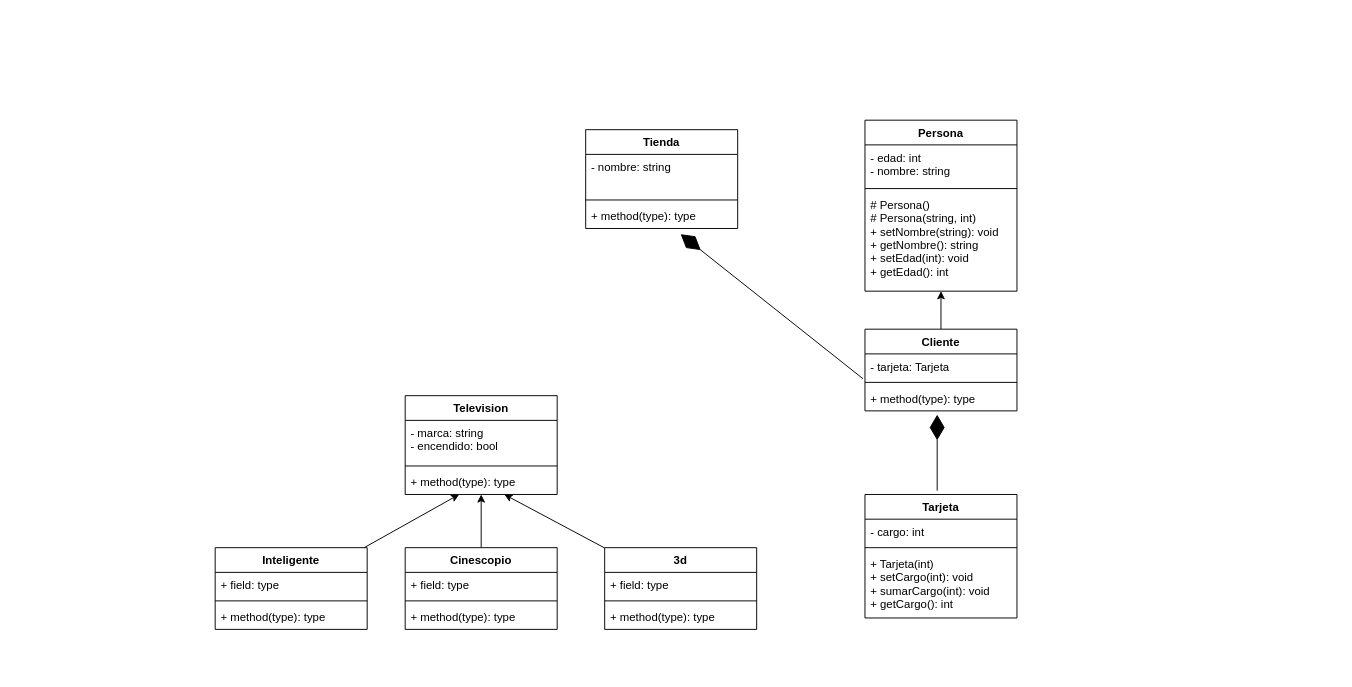
Above: Segundo_semestre/POO/Tareas/Tarea2/uml.drawio in celiphcephei/Uni (draw.io), before the change. Source tidied: cells renumbered, new cells numbered last; positions are measured from the earlier drawing's top-left corner, leaving out a move shared by most shapes. Both pictures are drawn from the tidied source at 95%, with x=0, y=0 at pixel (215, 120).
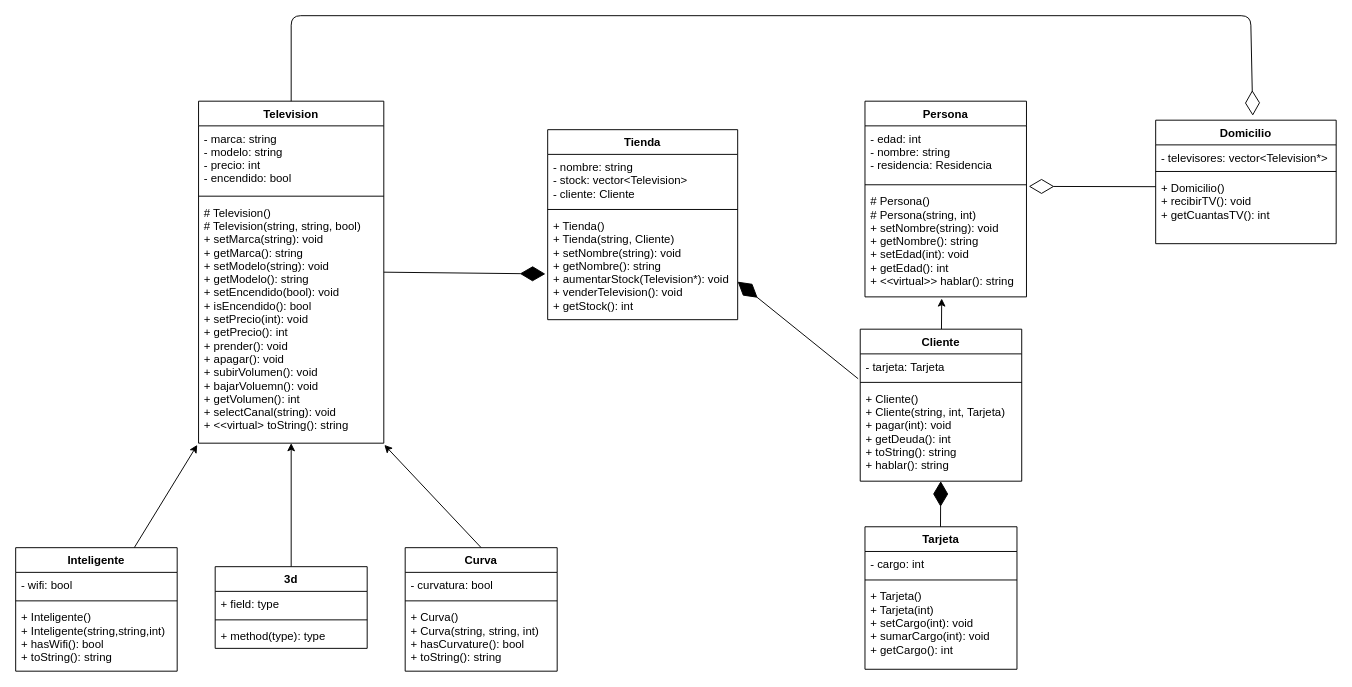
The same page after the edit.

Change to the diagram source:
```diff
@@
     <mxCell id="2" value="Tienda" style="swimlane;fontStyle=1;align=center;verticalAlign=top;horizontal=1;startSize=26;" parent="1" vertex="1">
-      <mxGeometry x="390" y="10" width="160" height="104" as="geometry" />
+      <mxGeometry x="350" y="10" width="200" height="200" as="geometry" />
     </mxCell>
-    <mxCell id="3" value="- nombre: string&#10;&#10;" style="text;strokeColor=none;fillColor=none;align=left;verticalAlign=top;spacingLeft=4;spacingRight=4;overflow=hidden;" parent="2" vertex="1">
-      <mxGeometry y="26" width="160" height="44" as="geometry" />
+    <mxCell id="3" value="- nombre: string&#10;- stock: vector&lt;Television&gt;&#10;- cliente: Cliente" style="text;strokeColor=none;fillColor=none;align=left;verticalAlign=top;spacingLeft=4;spacingRight=4;overflow=hidden;" parent="2" vertex="1">
+      <mxGeometry y="26" width="200" height="54" as="geometry" />
     </mxCell>
     <mxCell id="4" style="line;strokeWidth=1;fillColor=none;align=left;verticalAlign=middle;spacingTop=-1;spacingLeft=3;spacingRight=3;labelPosition=right;strokeColor=inherit;" parent="2" vertex="1">
-      <mxGeometry y="70" width="160" height="8" as="geometry" />
+      <mxGeometry y="80" width="200" height="8" as="geometry" />
     </mxCell>
-    <mxCell id="5" value="+ method(type): type" style="text;strokeColor=none;fillColor=none;align=left;verticalAlign=top;spacingLeft=4;spacingRight=4;overflow=hidden;points=[[0,0.5],[1,0.5]];portConstraint=eastwest;" parent="2" vertex="1">
-      <mxGeometry y="78" width="160" height="26" as="geometry" />
+    <mxCell id="5" value="+ Tienda()&#10;+ Tienda(string, Cliente)&#10;+ setNombre(string): void&#10;+ getNombre(): string&#10;+ aumentarStock(Television*): void&#10;+ venderTelevision(): void&#10;+ getStock(): int" style="text;strokeColor=none;fillColor=none;align=left;verticalAlign=top;spacingLeft=4;spacingRight=4;overflow=hidden;points=[[0,0.5],[1,0.5]];portConstraint=eastwest;" parent="2" vertex="1">
+      <mxGeometry y="88" width="200" height="112" as="geometry" />
     </mxCell>
     <mxCell id="6" value="Television" style="swimlane;fontStyle=1;align=center;verticalAlign=top;horizontal=1;startSize=26;" parent="1" vertex="1">
-      <mxGeometry x="200" y="290" width="160" height="104" as="geometry" />
+      <mxGeometry x="-17.5" y="-20" width="195" height="360" as="geometry" />
     </mxCell>
-    <mxCell id="7" value="- marca: string&#10;- encendido: bool" style="text;strokeColor=none;fillColor=none;align=left;verticalAlign=top;spacingLeft=4;spacingRight=4;overflow=hidden;" parent="6" vertex="1">
-      <mxGeometry y="26" width="160" height="44" as="geometry" />
+    <mxCell id="7" value="- marca: string&#10;- modelo: string&#10;- precio: int&#10;- encendido: bool" style="text;strokeColor=none;fillColor=none;align=left;verticalAlign=top;spacingLeft=4;spacingRight=4;overflow=hidden;" parent="6" vertex="1">
+      <mxGeometry y="26" width="195" height="70" as="geometry" />
     </mxCell>
     <mxCell id="8" style="line;strokeWidth=1;fillColor=none;align=left;verticalAlign=middle;spacingTop=-1;spacingLeft=3;spacingRight=3;labelPosition=right;strokeColor=inherit;" parent="6" vertex="1">
-      <mxGeometry y="70" width="160" height="8" as="geometry" />
+      <mxGeometry y="96" width="195" height="8" as="geometry" />
     </mxCell>
-    <mxCell id="9" value="+ method(type): type" style="text;strokeColor=none;fillColor=none;align=left;verticalAlign=top;spacingLeft=4;spacingRight=4;overflow=hidden;points=[[0,0.5],[1,0.5]];portConstraint=eastwest;" parent="6" vertex="1">
-      <mxGeometry y="78" width="160" height="26" as="geometry" />
+    <mxCell id="9" value="# Television()&#10;# Television(string, string, bool)&#10;+ setMarca(string): void&#10;+ getMarca(): string&#10;+ setModelo(string): void&#10;+ getModelo(): string&#10;+ setEncendido(bool): void&#10;+ isEncendido(): bool&#10;+ setPrecio(int): void&#10;+ getPrecio(): int&#10;+ prender(): void&#10;+ apagar(): void&#10;+ subirVolumen(): void&#10;+ bajarVoluemn(): void&#10;+ getVolumen(): int&#10;+ selectCanal(string): void&#10;+ &lt;&lt;virtual&gt; toString(): string" style="text;strokeColor=none;fillColor=none;align=left;verticalAlign=top;spacingLeft=4;spacingRight=4;overflow=hidden;points=[[0,0.5],[1,0.5]];portConstraint=eastwest;" parent="6" vertex="1">
+      <mxGeometry y="104" width="195" height="256" as="geometry" />
     </mxCell>
-    <mxCell id="10" style="edgeStyle=none;html=1;" parent="1" edge="1" source="11" target="9">
+    <mxCell id="10" style="edgeStyle=none;html=1;entryX=-0.007;entryY=1.007;entryDx=0;entryDy=0;entryPerimeter=0;" parent="1" edge="1" source="11" target="9">
       <mxGeometry relative="1" as="geometry" />
     </mxCell>
     <mxCell id="11" value="Inteligente" style="swimlane;fontStyle=1;align=center;verticalAlign=top;horizontal=1;startSize=26;" parent="1" vertex="1">
-      <mxGeometry y="450" width="160" height="86" as="geometry" />
+      <mxGeometry x="-210" y="450" width="170" height="130" as="geometry" />
     </mxCell>
-    <mxCell id="12" value="+ field: type" style="text;strokeColor=none;fillColor=none;align=left;verticalAlign=top;spacingLeft=4;spacingRight=4;overflow=hidden;" parent="11" vertex="1">
-      <mxGeometry y="26" width="160" height="26" as="geometry" />
+    <mxCell id="12" value="- wifi: bool" style="text;strokeColor=none;fillColor=none;align=left;verticalAlign=top;spacingLeft=4;spacingRight=4;overflow=hidden;" parent="11" vertex="1">
+      <mxGeometry y="26" width="170" height="26" as="geometry" />
     </mxCell>
     <mxCell id="13" style="line;strokeWidth=1;fillColor=none;align=left;verticalAlign=middle;spacingTop=-1;spacingLeft=3;spacingRight=3;labelPosition=right;strokeColor=inherit;" parent="11" vertex="1">
-      <mxGeometry y="52" width="160" height="8" as="geometry" />
+      <mxGeometry y="52" width="170" height="8" as="geometry" />
     </mxCell>
-    <mxCell id="14" value="+ method(type): type" style="text;strokeColor=none;fillColor=none;align=left;verticalAlign=top;spacingLeft=4;spacingRight=4;overflow=hidden;" parent="11" vertex="1">
-      <mxGeometry y="60" width="160" height="26" as="geometry" />
+    <mxCell id="14" value="+ Inteligente()&#10;+ Inteligente(string,string,int)&#10;+ hasWifi(): bool&#10;+ toString(): string" style="text;strokeColor=none;fillColor=none;align=left;verticalAlign=top;spacingLeft=4;spacingRight=4;overflow=hidden;" parent="11" vertex="1">
+      <mxGeometry y="60" width="170" height="70" as="geometry" />
     </mxCell>
@@
     <mxCell id="16" value="3d" style="swimlane;fontStyle=1;align=center;verticalAlign=top;horizontal=1;startSize=26;" parent="1" vertex="1">
-      <mxGeometry x="410" y="450" width="160" height="86" as="geometry" />
+      <mxGeometry y="470" width="160" height="86" as="geometry" />
     </mxCell>
@@
-    <mxCell id="20" style="edgeStyle=none;html=1;" parent="1" edge="1" source="21" target="9">
-      <mxGeometry relative="1" as="geometry" />
-    </mxCell>
-    <mxCell id="21" value="Cinescopio" style="swimlane;fontStyle=1;align=center;verticalAlign=top;horizontal=1;startSize=26;" parent="1" vertex="1">
-      <mxGeometry x="200" y="450" width="160" height="86" as="geometry" />
-    </mxCell>
-    <mxCell id="22" value="+ field: type" style="text;strokeColor=none;fillColor=none;align=left;verticalAlign=top;spacingLeft=4;spacingRight=4;overflow=hidden;" parent="21" vertex="1">
-      <mxGeometry y="26" width="160" height="26" as="geometry" />
-    </mxCell>
-    <mxCell id="23" style="line;strokeWidth=1;fillColor=none;align=left;verticalAlign=middle;spacingTop=-1;spacingLeft=3;spacingRight=3;labelPosition=right;strokeColor=inherit;" parent="21" vertex="1">
-      <mxGeometry y="52" width="160" height="8" as="geometry" />
-    </mxCell>
-    <mxCell id="24" value="+ method(type): type" style="text;strokeColor=none;fillColor=none;align=left;verticalAlign=top;spacingLeft=4;spacingRight=4;overflow=hidden;" parent="21" vertex="1">
-      <mxGeometry y="60" width="160" height="26" as="geometry" />
-    </mxCell>
     <mxCell id="25" value="Persona" style="swimlane;fontStyle=1;align=center;verticalAlign=top;horizontal=1;startSize=26;" parent="1" vertex="1">
-      <mxGeometry x="684" width="160" height="180" as="geometry" />
+      <mxGeometry x="684" y="-20" width="170" height="206" as="geometry" />
     </mxCell>
-    <mxCell id="26" value="- edad: int&#10;- nombre: string" style="text;strokeColor=none;fillColor=none;align=left;verticalAlign=top;spacingLeft=4;spacingRight=4;overflow=hidden;" parent="25" vertex="1">
-      <mxGeometry y="26" width="160" height="42" as="geometry" />
+    <mxCell id="26" value="- edad: int&#10;- nombre: string&#10;- residencia: Residencia" style="text;strokeColor=none;fillColor=none;align=left;verticalAlign=top;spacingLeft=4;spacingRight=4;overflow=hidden;" parent="25" vertex="1">
+      <mxGeometry y="26" width="170" height="58" as="geometry" />
     </mxCell>
     <mxCell id="27" style="line;strokeWidth=1;fillColor=none;align=left;verticalAlign=middle;spacingTop=-1;spacingLeft=3;spacingRight=3;labelPosition=right;strokeColor=inherit;" parent="25" vertex="1">
-      <mxGeometry y="68" width="160" height="8" as="geometry" />
+      <mxGeometry y="84" width="170" height="8" as="geometry" />
     </mxCell>
-    <mxCell id="28" value="# Persona()&#10;# Persona(string, int)&#10;+ setNombre(string): void&#10;+ getNombre(): string&#10;+ setEdad(int): void&#10;+ getEdad(): int" style="text;strokeColor=none;fillColor=none;align=left;verticalAlign=top;spacingLeft=4;spacingRight=4;overflow=hidden;points=[[0,0.5],[1,0.5]];portConstraint=eastwest;" parent="25" vertex="1">
-      <mxGeometry y="76" width="160" height="104" as="geometry" />
+    <mxCell id="28" value="# Persona()&#10;# Persona(string, int)&#10;+ setNombre(string): void&#10;+ getNombre(): string&#10;+ setEdad(int): void&#10;+ getEdad(): int&#10;+ &lt;&lt;virtual&gt;&gt; hablar(): string" style="text;strokeColor=none;fillColor=none;align=left;verticalAlign=top;spacingLeft=4;spacingRight=4;overflow=hidden;points=[[0,0.5],[1,0.5]];portConstraint=eastwest;" parent="25" vertex="1">
+      <mxGeometry y="92" width="170" height="114" as="geometry" />
     </mxCell>
-    <mxCell id="29" style="edgeStyle=none;html=1;" parent="1" edge="1" source="30" target="28">
+    <mxCell id="29" style="edgeStyle=none;html=1;entryX=0.475;entryY=1.015;entryDx=0;entryDy=0;entryPerimeter=0;" parent="1" edge="1" source="30" target="28">
       <mxGeometry relative="1" as="geometry" />
     </mxCell>
     <mxCell id="30" value="Cliente" style="swimlane;fontStyle=1;align=center;verticalAlign=top;horizontal=1;startSize=26;" parent="1" vertex="1">
-      <mxGeometry x="684" y="220" width="160" height="86" as="geometry" />
+      <mxGeometry x="679" y="220" width="170" height="160" as="geometry" />
     </mxCell>
     <mxCell id="31" value="- tarjeta: Tarjeta" style="text;strokeColor=none;fillColor=none;align=left;verticalAlign=top;spacingLeft=4;spacingRight=4;overflow=hidden;points=[[0,0.5],[1,0.5]];portConstraint=eastwest;" parent="30" vertex="1">
-      <mxGeometry y="26" width="160" height="26" as="geometry" />
+      <mxGeometry y="26" width="170" height="26" as="geometry" />
     </mxCell>
     <mxCell id="32" style="line;strokeWidth=1;fillColor=none;align=left;verticalAlign=middle;spacingTop=-1;spacingLeft=3;spacingRight=3;labelPosition=right;strokeColor=inherit;" parent="30" vertex="1">
-      <mxGeometry y="52" width="160" height="8" as="geometry" />
+      <mxGeometry y="52" width="170" height="8" as="geometry" />
     </mxCell>
-    <mxCell id="33" value="+ method(type): type" style="text;strokeColor=none;fillColor=none;align=left;verticalAlign=top;spacingLeft=4;spacingRight=4;overflow=hidden;points=[[0,0.5],[1,0.5]];portConstraint=eastwest;" parent="30" vertex="1">
-      <mxGeometry y="60" width="160" height="26" as="geometry" />
+    <mxCell id="33" value="+ Cliente()&#10;+ Cliente(string, int, Tarjeta)&#10;+ pagar(int): void&#10;+ getDeuda(): int&#10;+ toString(): string&#10;+ hablar(): string" style="text;strokeColor=none;fillColor=none;align=left;verticalAlign=top;spacingLeft=4;spacingRight=4;overflow=hidden;points=[[0,0.5],[1,0.5]];portConstraint=eastwest;" parent="30" vertex="1">
+      <mxGeometry y="60" width="170" height="100" as="geometry" />
     </mxCell>
     <mxCell id="34" value="Tarjeta" style="swimlane;fontStyle=1;align=center;verticalAlign=top;horizontal=1;startSize=26;" parent="1" vertex="1">
-      <mxGeometry x="684" y="394" width="160" height="130" as="geometry" />
+      <mxGeometry x="684" y="428" width="160" height="150" as="geometry" />
     </mxCell>
@@
-    <mxCell id="37" value="+ Tarjeta(int)&#10;+ setCargo(int): void&#10;+ sumarCargo(int): void&#10;+ getCargo(): int" style="text;strokeColor=none;fillColor=none;align=left;verticalAlign=top;spacingLeft=4;spacingRight=4;overflow=hidden;" parent="34" vertex="1">
-      <mxGeometry y="60" width="160" height="70" as="geometry" />
+    <mxCell id="37" value="+ Tarjeta()&#10;+ Tarjeta(int)&#10;+ setCargo(int): void&#10;+ sumarCargo(int): void&#10;+ getCargo(): int" style="text;strokeColor=none;fillColor=none;align=left;verticalAlign=top;spacingLeft=4;spacingRight=4;overflow=hidden;" parent="34" vertex="1">
+      <mxGeometry y="60" width="160" height="90" as="geometry" />
     </mxCell>
-    <mxCell id="38" style="endArrow=diamondThin;endFill=1;endSize=24;html=1;" parent="1" edge="1">
+    <mxCell id="38" style="endArrow=diamondThin;endFill=1;endSize=24;html=1;" parent="1" edge="1" target="33">
       <mxGeometry relative="1" as="geometry">
-        <mxPoint x="760" y="390" as="sourcePoint" />
-        <mxPoint x="760" y="310" as="targetPoint" />
+        <mxPoint x="763.5" y="428" as="sourcePoint" />
       </mxGeometry>
     </mxCell>
     <mxCell id="39" style="endArrow=diamondThin;endFill=1;endSize=24;html=1;exitX=-0.013;exitY=1.006;exitDx=0;exitDy=0;exitPerimeter=0;" parent="1" edge="1" source="31">
       <mxGeometry relative="1" as="geometry">
-        <mxPoint x="490" y="120" as="targetPoint" />
+        <mxPoint x="550" y="170" as="targetPoint" />
       </mxGeometry>
     </mxCell>
+    <mxCell id="40" value="Domicilio" style="swimlane;fontStyle=1;align=center;verticalAlign=top;horizontal=1;startSize=26;" parent="1" vertex="1">
+      <mxGeometry x="990" width="190" height="130" as="geometry" />
+    </mxCell>
+    <mxCell id="41" value="- televisores: vector&lt;Television*&gt;" style="text;strokeColor=none;fillColor=none;align=left;verticalAlign=top;spacingLeft=4;spacingRight=4;overflow=hidden;" parent="40" vertex="1">
+      <mxGeometry y="26" width="190" height="24" as="geometry" />
+    </mxCell>
+    <mxCell id="42" style="line;strokeWidth=1;fillColor=none;align=left;verticalAlign=middle;spacingTop=-1;spacingLeft=3;spacingRight=3;labelPosition=right;strokeColor=inherit;" parent="40" vertex="1">
+      <mxGeometry y="50" width="190" height="8" as="geometry" />
+    </mxCell>
+    <mxCell id="43" value="+ Domicilio()&#10;+ recibirTV(): void&#10;+ getCuantasTV(): int&#10;" style="text;strokeColor=none;fillColor=none;align=left;verticalAlign=top;spacingLeft=4;spacingRight=4;overflow=hidden;" parent="40" vertex="1">
+      <mxGeometry y="58" width="190" height="72" as="geometry" />
+    </mxCell>
+    <mxCell id="44" style="endArrow=diamondThin;endFill=0;endSize=24;html=1;exitX=0.5;exitY=0;exitDx=0;exitDy=0;entryX=0.538;entryY=-0.036;entryDx=0;entryDy=0;entryPerimeter=0;" parent="1" edge="1" source="6" target="40">
+      <mxGeometry relative="1" as="geometry">
+        <Array as="points">
+          <mxPoint x="80" y="-110" />
+          <mxPoint x="1090" y="-110" />
+        </Array>
+      </mxGeometry>
+    </mxCell>
+    <mxCell id="45" style="edgeStyle=none;html=1;exitX=0.5;exitY=0;exitDx=0;exitDy=0;entryX=1.003;entryY=1.007;entryDx=0;entryDy=0;entryPerimeter=0;" parent="1" edge="1" source="46" target="9">
+      <mxGeometry relative="1" as="geometry" />
+    </mxCell>
+    <mxCell id="46" value="Curva" style="swimlane;fontStyle=1;align=center;verticalAlign=top;horizontal=1;startSize=26;" parent="1" vertex="1">
+      <mxGeometry x="200" y="450" width="160" height="130" as="geometry" />
+    </mxCell>
+    <mxCell id="47" value="- curvatura: bool" style="text;strokeColor=none;fillColor=none;align=left;verticalAlign=top;spacingLeft=4;spacingRight=4;overflow=hidden;" parent="46" vertex="1">
+      <mxGeometry y="26" width="160" height="26" as="geometry" />
+    </mxCell>
+    <mxCell id="23" style="line;strokeWidth=1;fillColor=none;align=left;verticalAlign=middle;spacingTop=-1;spacingLeft=3;spacingRight=3;labelPosition=right;strokeColor=inherit;" parent="46" vertex="1">
+      <mxGeometry y="52" width="160" height="8" as="geometry" />
+    </mxCell>
+    <mxCell id="48" value="+ Curva()&#10;+ Curva(string, string, int)&#10;+ hasCurvature(): bool&#10;+ toString(): string" style="text;strokeColor=none;fillColor=none;align=left;verticalAlign=top;spacingLeft=4;spacingRight=4;overflow=hidden;" parent="46" vertex="1">
+      <mxGeometry y="60" width="160" height="70" as="geometry" />
+    </mxCell>
+    <mxCell id="49" style="endArrow=diamondThin;endFill=0;endSize=24;html=1;entryX=1.014;entryY=-0.02;entryDx=0;entryDy=0;entryPerimeter=0;" parent="1" edge="1" target="28">
+      <mxGeometry relative="1" as="geometry">
+        <mxPoint x="990" y="70" as="sourcePoint" />
+      </mxGeometry>
+    </mxCell>
+    <mxCell id="50" style="endArrow=diamondThin;endFill=1;endSize=24;html=1;entryX=-0.012;entryY=0.57;entryDx=0;entryDy=0;entryPerimeter=0;" parent="1" edge="1" target="5">
+      <mxGeometry relative="1" as="geometry">
+        <mxPoint x="177.5" y="160" as="sourcePoint" />
+      </mxGeometry>
+    </mxCell>
```
